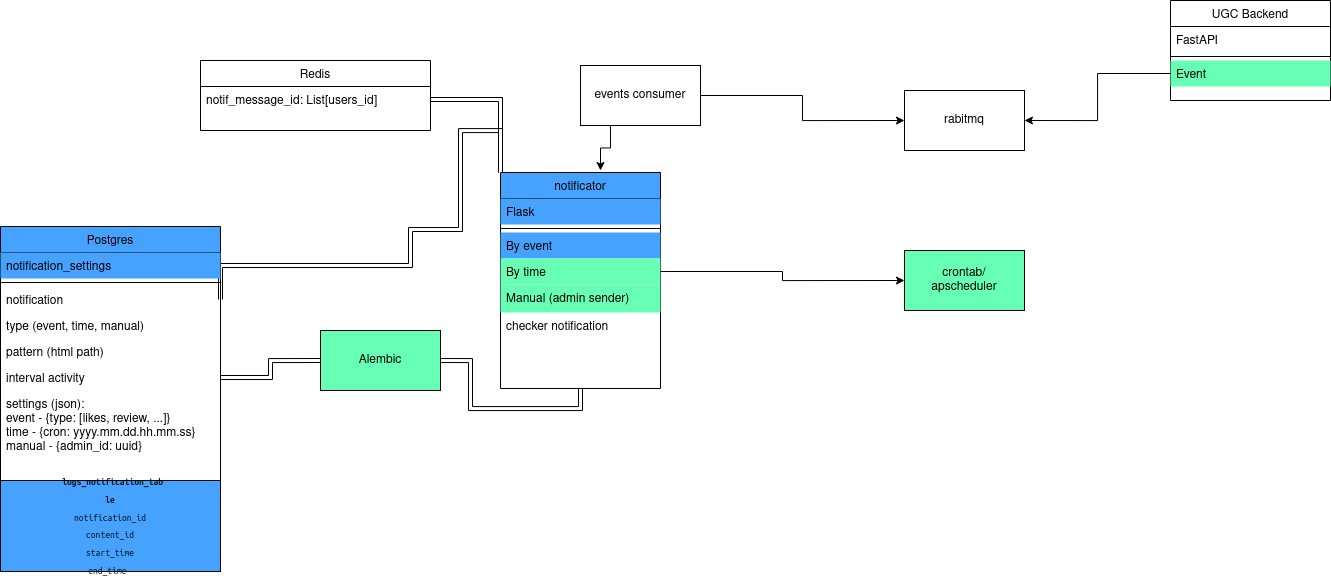
Earlier version of the draw.io export doc/schema_notification.drawio.png (lazgut/ugc_sprint_1). Source tidied: cells renumbered, new cells last; positions are measured from the earlier drawing's top-left corner, leaving out a move shared by most shapes.
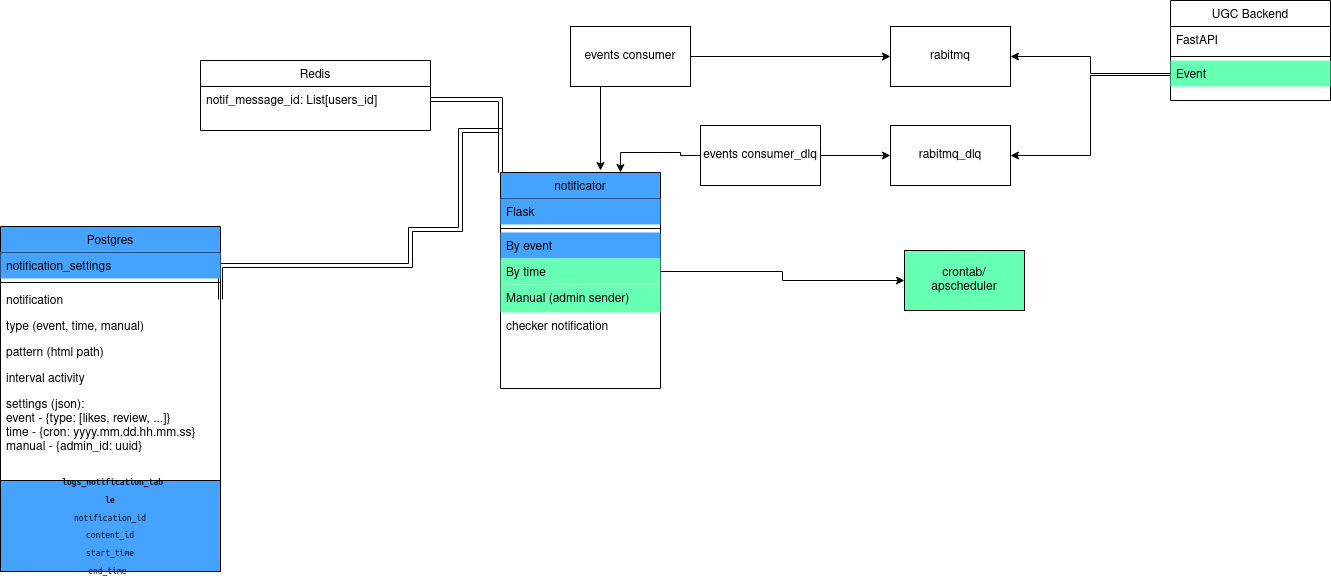
After the commit.

The edit, as a diff of the source:
```diff
@@ -30,11 +30,14 @@
       <mxGeometry relative="1" as="geometry" />
     </mxCell>
     <mxCell id="11" value="rabitmq" style="rounded=0;whiteSpace=wrap;html=1;" parent="1" vertex="1">
-      <mxGeometry x="904" y="90" width="120" height="60" as="geometry" />
+      <mxGeometry x="890" y="26" width="120" height="60" as="geometry" />
     </mxCell>
     <mxCell id="12" style="edgeStyle=orthogonalEdgeStyle;rounded=0;jettySize=auto;html=1;exitX=1;exitY=0.5;exitDx=0;exitDy=0;entryX=0;entryY=0.5;entryDx=0;entryDy=0;" parent="1" edge="1" source="35" target="11">
       <mxGeometry relative="1" as="geometry" />
     </mxCell>
+    <mxCell id="36" style="edgeStyle=orthogonalEdgeStyle;rounded=0;jettySize=auto;html=1;exitX=0;exitY=0.75;exitDx=0;exitDy=0;entryX=1;entryY=0.5;entryDx=0;entryDy=0;" parent="1" edge="1" source="13" target="37">
+      <mxGeometry relative="1" as="geometry" />
+    </mxCell>
     <mxCell id="13" value="UGC Backend" style="swimlane;fontStyle=0;align=center;verticalAlign=top;horizontal=1;startSize=26;rounded=0;shadow=0;strokeWidth=1;" parent="1" vertex="1">
       <mxGeometry x="1170" width="160" height="100" as="geometry" />
     </mxCell>
@@ -97,22 +100,25 @@
     <mxCell id="30" value="&lt;code style=&quot;display: inline; box-sizing: border-box; min-width: 1.86em; padding: 0.35em 0.55em; border-radius: 4px; font-family: Menlo, &amp;quot;Ubuntu Mono&amp;quot;, consolas, source-code-pro, monospace; font-size: 0.8em; line-height: 1.86em; color: rgba(0, 0, 0, 0.85); background-color: var(--color-background-alternate); box-shadow: inset 0 0 0 1px var(--color-background-glassy-c); word-break: break-word;&quot; class=&quot;code-inline code-inline_theme_light&quot;&gt;&lt;b&gt;logs_notification_table&lt;/b&gt;&lt;br&gt;notification_id&lt;br&gt;content_id&lt;br&gt;start_time&lt;br&gt;end_time&lt;br&gt;&lt;/code&gt;" style="rounded=0;whiteSpace=wrap;html=1;fillColor=#45A2FF;" parent="1" vertex="1">
       <mxGeometry y="480" width="220" height="91" as="geometry" />
     </mxCell>
-    <mxCell id="31" style="edgeStyle=orthogonalEdgeStyle;shape=link;rounded=0;jettySize=auto;html=1;exitX=1;exitY=0.5;exitDx=0;exitDy=0;entryX=0.5;entryY=1;entryDx=0;entryDy=0;" parent="1" edge="1" source="32" target="2">
-      <mxGeometry relative="1" as="geometry" />
-    </mxCell>
-    <mxCell id="32" value="Alembic" style="rounded=0;whiteSpace=wrap;html=1;fillColor=#66FFB3;" parent="1" vertex="1">
-      <mxGeometry x="320" y="330" width="120" height="60" as="geometry" />
-    </mxCell>
-    <mxCell id="33" style="edgeStyle=orthogonalEdgeStyle;shape=link;rounded=0;jettySize=auto;html=1;exitX=1;exitY=0.5;exitDx=0;exitDy=0;entryX=0;entryY=0.5;entryDx=0;entryDy=0;" parent="1" edge="1" source="28" target="32">
-      <mxGeometry relative="1" as="geometry" />
-    </mxCell>
     <mxCell id="34" style="edgeStyle=orthogonalEdgeStyle;rounded=0;jettySize=auto;html=1;exitX=0.25;exitY=1;exitDx=0;exitDy=0;" parent="1" edge="1" source="35">
       <mxGeometry relative="1" as="geometry">
         <mxPoint x="600" y="170" as="targetPoint" />
       </mxGeometry>
     </mxCell>
     <mxCell id="35" value="events consumer" style="rounded=0;whiteSpace=wrap;html=1;" parent="1" vertex="1">
-      <mxGeometry x="580" y="65" width="120" height="60" as="geometry" />
+      <mxGeometry x="570" y="26" width="120" height="60" as="geometry" />
     </mxCell>
+    <mxCell id="37" value="rabitmq_dlq" style="rounded=0;whiteSpace=wrap;html=1;" parent="1" vertex="1">
+      <mxGeometry x="890" y="125" width="120" height="60" as="geometry" />
+    </mxCell>
+    <mxCell id="38" style="edgeStyle=orthogonalEdgeStyle;rounded=0;jettySize=auto;html=1;exitX=1;exitY=0.5;exitDx=0;exitDy=0;entryX=0;entryY=0.5;entryDx=0;entryDy=0;" parent="1" edge="1" source="40" target="37">
+      <mxGeometry relative="1" as="geometry" />
+    </mxCell>
+    <mxCell id="39" style="edgeStyle=orthogonalEdgeStyle;rounded=0;jettySize=auto;html=1;exitX=0;exitY=0.5;exitDx=0;exitDy=0;entryX=0.75;entryY=0;entryDx=0;entryDy=0;" parent="1" edge="1" source="40" target="2">
+      <mxGeometry relative="1" as="geometry" />
+    </mxCell>
+    <mxCell id="40" value="events consumer_dlq" style="rounded=0;whiteSpace=wrap;html=1;" parent="1" vertex="1">
+      <mxGeometry x="700" y="125" width="120" height="60" as="geometry" />
+    </mxCell>
   </root>
 </mxGraphModel>
```
